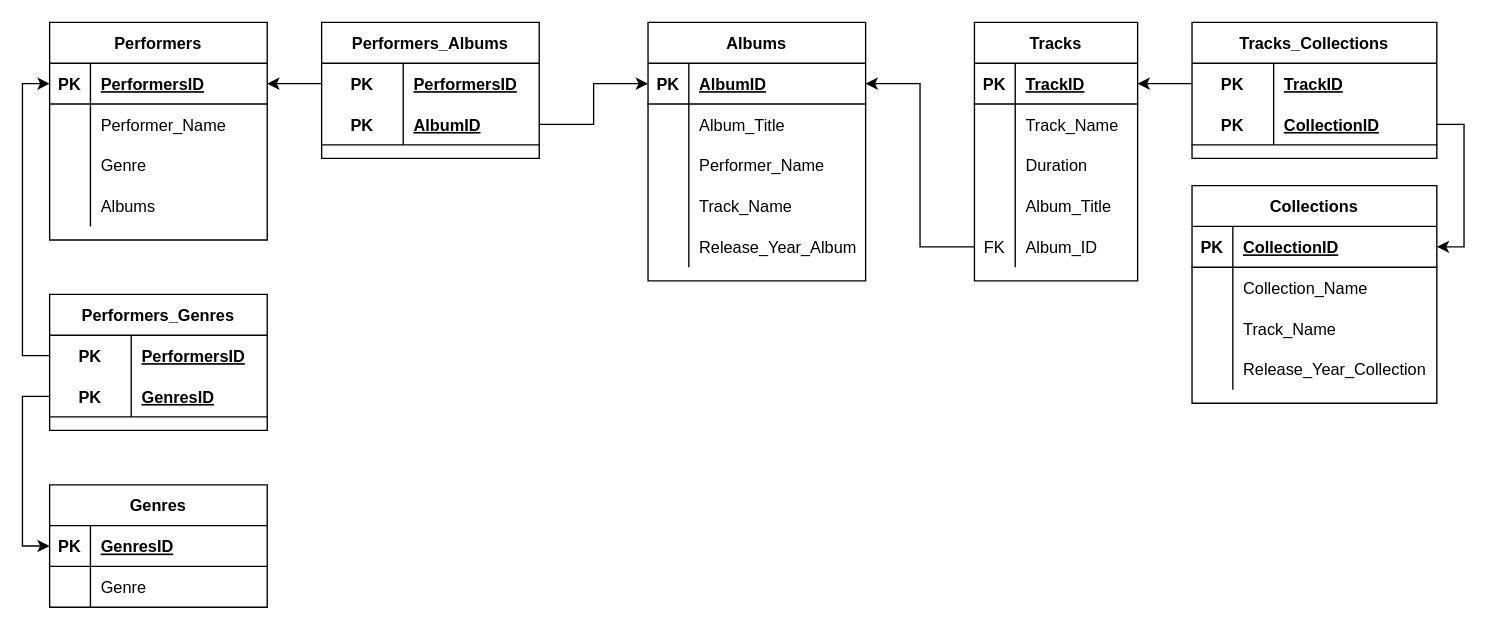
This is Diagramm2.drawio from grekerrr/WorkingPostgreSQL.CreatingDatabase, a draw.io file, before an edit. Source tidied: cells renumbered, new cells numbered last; positions are measured from the earlier drawing's top-left corner, leaving out a move shared by most shapes. Both pictures are drawn from the tidied source at 136%, with x=0, y=0 at pixel (22, 22).
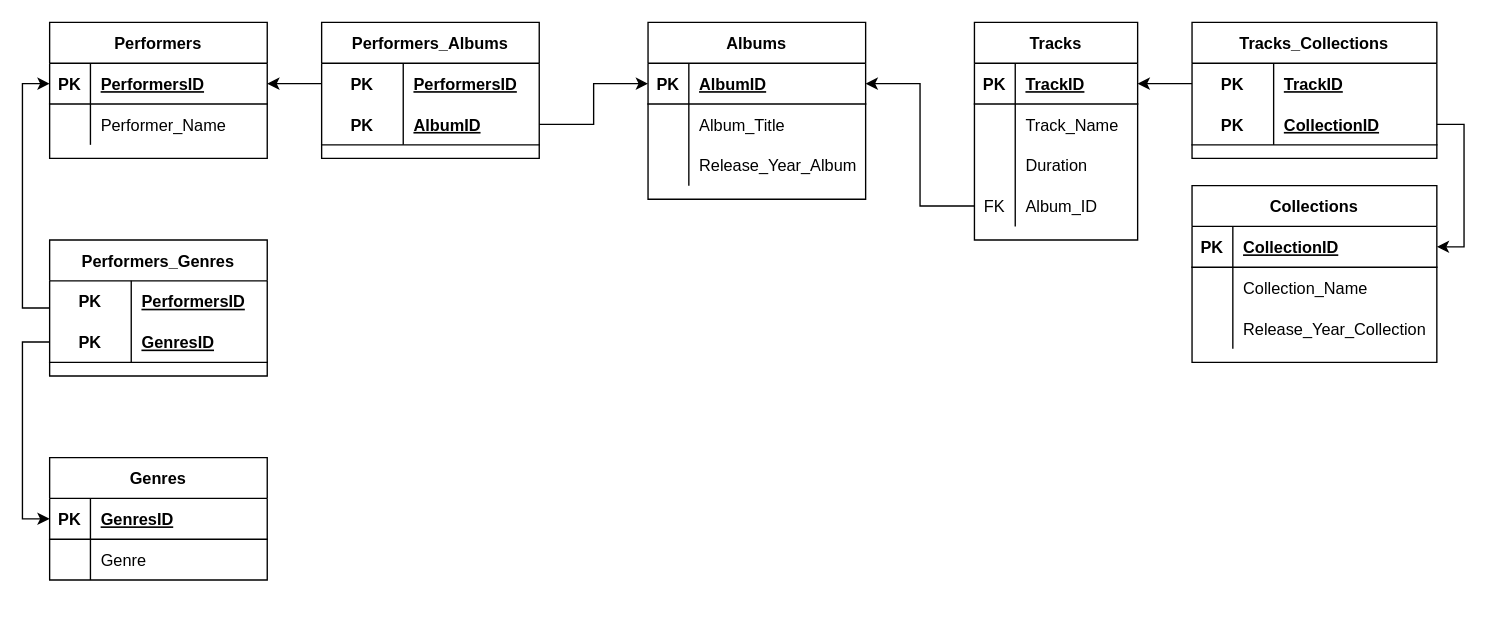
The same diagram, later.

Unchanged cells that the change refers to:
```xml
<mxCell id="3" style="shape=tableRow;horizontal=0;startSize=0;swimlaneHead=0;swimlaneBody=0;fillColor=none;points=[[0,0.5],[1,0.5]];portConstraint=eastwest;top=0;left=0;right=0;bottom=1;" parent="2" vertex="1">
  <mxGeometry y="30" width="160" height="30" as="geometry" />
</mxCell>
<mxCell id="10" style="shape=tableRow;horizontal=0;startSize=0;swimlaneHead=0;swimlaneBody=0;fillColor=none;points=[[0,0.5],[1,0.5]];portConstraint=eastwest;top=0;left=0;right=0;bottom=1;" parent="9" vertex="1">
  <mxGeometry y="30" width="160" height="30" as="geometry" />
</mxCell>
<mxCell id="23" style="shape=tableRow;horizontal=0;startSize=0;swimlaneHead=0;swimlaneBody=0;fillColor=none;points=[[0,0.5],[1,0.5]];portConstraint=eastwest;top=0;left=0;right=0;bottom=0;" parent="22" vertex="1">
  <mxGeometry y="30" width="160" height="30" as="geometry" />
</mxCell>
<mxCell id="26" style="shape=tableRow;horizontal=0;startSize=0;swimlaneHead=0;swimlaneBody=0;fillColor=none;points=[[0,0.5],[1,0.5]];portConstraint=eastwest;top=0;left=0;right=0;bottom=1;" parent="22" vertex="1">
  <mxGeometry y="60" width="160" height="30" as="geometry" />
</mxCell>
```

Change to the diagram source:
```diff
@@
     <mxCell id="2" value="Genres" style="shape=table;startSize=30;childLayout=tableLayout;rowLines=0;fontStyle=1;align=center;" parent="1" vertex="1">
-      <mxGeometry x="20" y="340" width="160" height="90" as="geometry" />
+      <mxGeometry x="20" y="320" width="160" height="90" as="geometry" />
     </mxCell>
@@
     <mxCell id="9" value="Performers" style="shape=table;startSize=30;childLayout=tableLayout;rowLines=0;fontStyle=1;align=center;" parent="1" vertex="1">
-      <mxGeometry x="20" width="160" height="160" as="geometry" />
+      <mxGeometry x="20" width="160" height="100" as="geometry" />
     </mxCell>
@@
-    <mxCell id="16" style="shape=tableRow;horizontal=0;startSize=0;swimlaneHead=0;swimlaneBody=0;fillColor=none;top=0;left=0;right=0;bottom=0;" parent="9" vertex="1">
-      <mxGeometry y="90" width="160" height="30" as="geometry" />
-    </mxCell>
-    <mxCell id="17" style="shape=partialRectangle;fillColor=none;top=0;left=0;bottom=0;right=0;overflow=hidden;" parent="16" vertex="1">
-      <mxGeometry width="30" height="30" as="geometry" />
-    </mxCell>
-    <mxCell id="18" value="Genre" style="shape=partialRectangle;fillColor=none;top=0;left=0;bottom=0;right=0;align=left;spacingLeft=6;overflow=hidden;" parent="16" vertex="1">
-      <mxGeometry x="30" width="130" height="30" as="geometry" />
-    </mxCell>
-    <mxCell id="19" style="shape=tableRow;horizontal=0;startSize=0;swimlaneHead=0;swimlaneBody=0;fillColor=none;top=0;left=0;right=0;bottom=0;" parent="9" vertex="1">
-      <mxGeometry y="120" width="160" height="30" as="geometry" />
-    </mxCell>
-    <mxCell id="20" style="shape=partialRectangle;fillColor=none;top=0;left=0;bottom=0;right=0;overflow=hidden;" parent="19" vertex="1">
-      <mxGeometry width="30" height="30" as="geometry" />
-    </mxCell>
-    <mxCell id="21" value="Albums" style="shape=partialRectangle;fillColor=none;top=0;left=0;bottom=0;right=0;align=left;spacingLeft=6;overflow=hidden;" parent="19" vertex="1">
-      <mxGeometry x="30" width="130" height="30" as="geometry" />
-    </mxCell>
+    <mxCell id="68" style="edgeStyle=orthogonalEdgeStyle;rounded=0;jettySize=auto;html=1;entryX=0;entryY=0.5;entryDx=0;entryDy=0;" parent="1" edge="1" source="23" target="10">
+      <mxGeometry relative="1" as="geometry">
+        <Array as="points">
+          <mxPoint y="210" />
+          <mxPoint y="45" />
+        </Array>
+      </mxGeometry>
+    </mxCell>
     <mxCell id="22" value="Performers_Genres" style="shape=table;startSize=30;childLayout=tableLayout;rowLines=0;fontStyle=1;align=center;" parent="1" vertex="1">
-      <mxGeometry x="20" y="200" width="160" height="100" as="geometry" />
+      <mxGeometry x="20" y="160" width="160" height="100" as="geometry" />
     </mxCell>
@@
     <mxCell id="29" value="Albums" style="shape=table;startSize=30;childLayout=tableLayout;rowLines=0;fontStyle=1;align=center;" parent="1" vertex="1">
-      <mxGeometry x="460" width="160" height="190" as="geometry" />
+      <mxGeometry x="460" width="160" height="130" as="geometry" />
     </mxCell>
@@
-    <mxCell id="36" style="shape=tableRow;horizontal=0;startSize=0;swimlaneHead=0;swimlaneBody=0;fillColor=none;top=0;left=0;right=0;bottom=0;" parent="29" vertex="1">
-      <mxGeometry y="90" width="160" height="30" as="geometry" />
-    </mxCell>
-    <mxCell id="37" style="shape=partialRectangle;fillColor=none;top=0;left=0;bottom=0;right=0;overflow=hidden;" parent="36" vertex="1">
-      <mxGeometry width="30" height="30" as="geometry" />
-    </mxCell>
-    <mxCell id="38" value="Performer_Name" style="shape=partialRectangle;fillColor=none;top=0;left=0;bottom=0;right=0;align=left;spacingLeft=6;overflow=hidden;" parent="36" vertex="1">
-      <mxGeometry x="30" width="130" height="30" as="geometry" />
-    </mxCell>
-    <mxCell id="39" style="shape=tableRow;horizontal=0;startSize=0;swimlaneHead=0;swimlaneBody=0;fillColor=none;top=0;left=0;right=0;bottom=0;" parent="29" vertex="1">
-      <mxGeometry y="120" width="160" height="30" as="geometry" />
-    </mxCell>
-    <mxCell id="40" style="shape=partialRectangle;fillColor=none;top=0;left=0;bottom=0;right=0;overflow=hidden;" parent="39" vertex="1">
-      <mxGeometry width="30" height="30" as="geometry" />
-    </mxCell>
-    <mxCell id="41" value="Track_Name" style="shape=partialRectangle;fillColor=none;top=0;left=0;bottom=0;right=0;align=left;spacingLeft=6;overflow=hidden;" parent="39" vertex="1">
-      <mxGeometry x="30" width="130" height="30" as="geometry" />
-    </mxCell>
     <mxCell id="42" style="shape=tableRow;horizontal=0;startSize=0;swimlaneHead=0;swimlaneBody=0;fillColor=none;top=0;left=0;right=0;bottom=0;" parent="29" vertex="1">
-      <mxGeometry y="150" width="160" height="30" as="geometry" />
+      <mxGeometry y="90" width="160" height="30" as="geometry" />
     </mxCell>
@@
     <mxCell id="52" value="Tracks" style="shape=table;startSize=30;childLayout=tableLayout;rowLines=0;fontStyle=1;align=center;" parent="1" vertex="1">
-      <mxGeometry x="700" width="120" height="190" as="geometry" />
+      <mxGeometry x="700" width="120" height="160" as="geometry" />
     </mxCell>
@@
-    <mxCell id="62" style="shape=tableRow;horizontal=0;startSize=0;swimlaneHead=0;swimlaneBody=0;fillColor=none;top=0;left=0;right=0;bottom=0;" parent="52" vertex="1">
-      <mxGeometry y="120" width="120" height="30" as="geometry" />
-    </mxCell>
-    <mxCell id="63" style="shape=partialRectangle;fillColor=none;top=0;left=0;bottom=0;right=0;overflow=hidden;" parent="62" vertex="1">
-      <mxGeometry width="30" height="30" as="geometry" />
-    </mxCell>
-    <mxCell id="64" value="Album_Title" style="shape=partialRectangle;fillColor=none;top=0;left=0;bottom=0;right=0;align=left;spacingLeft=6;overflow=hidden;" parent="62" vertex="1">
-      <mxGeometry x="30" width="90" height="30" as="geometry" />
-    </mxCell>
     <mxCell id="65" style="shape=tableRow;horizontal=0;startSize=0;swimlaneHead=0;swimlaneBody=0;fillColor=none;points=[[0,0.5],[1,0.5]];portConstraint=eastwest;top=0;left=0;right=0;bottom=0;" parent="52" vertex="1">
-      <mxGeometry y="150" width="120" height="30" as="geometry" />
+      <mxGeometry y="120" width="120" height="30" as="geometry" />
     </mxCell>
@@
-    <mxCell id="68" style="edgeStyle=orthogonalEdgeStyle;rounded=0;jettySize=auto;html=1;" parent="1" edge="1" source="23" target="10">
-      <mxGeometry relative="1" as="geometry">
-        <Array as="points">
-          <mxPoint y="245" />
-          <mxPoint y="45" />
-        </Array>
-      </mxGeometry>
-    </mxCell>
-    <mxCell id="69" style="edgeStyle=orthogonalEdgeStyle;rounded=0;jettySize=auto;html=1;" parent="1" edge="1" source="26" target="3">
-      <mxGeometry relative="1" as="geometry">
-        <Array as="points">
-          <mxPoint y="275" />
-          <mxPoint y="385" />
-        </Array>
-      </mxGeometry>
-    </mxCell>
@@
     <mxCell id="80" value="Collections" style="shape=table;startSize=30;childLayout=tableLayout;rowLines=0;fontStyle=1;align=center;" parent="1" vertex="1">
-      <mxGeometry x="860" y="120" width="180" height="160" as="geometry" />
+      <mxGeometry x="860" y="120" width="180" height="130" as="geometry" />
     </mxCell>
@@
-    <mxCell id="87" style="shape=tableRow;horizontal=0;startSize=0;swimlaneHead=0;swimlaneBody=0;fillColor=none;top=0;left=0;right=0;bottom=0;" parent="80" vertex="1">
-      <mxGeometry y="90" width="180" height="30" as="geometry" />
-    </mxCell>
-    <mxCell id="88" style="shape=partialRectangle;fillColor=none;top=0;left=0;bottom=0;right=0;overflow=hidden;" parent="87" vertex="1">
-      <mxGeometry width="30" height="30" as="geometry" />
-    </mxCell>
-    <mxCell id="89" value="Track_Name" style="shape=partialRectangle;fillColor=none;top=0;left=0;bottom=0;right=0;align=left;spacingLeft=6;overflow=hidden;" parent="87" vertex="1">
-      <mxGeometry x="30" width="150" height="30" as="geometry" />
-    </mxCell>
     <mxCell id="90" style="shape=tableRow;horizontal=0;startSize=0;swimlaneHead=0;swimlaneBody=0;fillColor=none;top=0;left=0;right=0;bottom=0;" parent="80" vertex="1">
-      <mxGeometry y="120" width="180" height="30" as="geometry" />
+      <mxGeometry y="90" width="180" height="30" as="geometry" />
     </mxCell>
@@
+    <mxCell id="69" style="edgeStyle=orthogonalEdgeStyle;rounded=0;jettySize=auto;html=1;" parent="1" edge="1" source="26" target="3">
+      <mxGeometry relative="1" as="geometry">
+        <Array as="points">
+          <mxPoint y="235" />
+          <mxPoint y="365" />
+        </Array>
+      </mxGeometry>
+    </mxCell>
```
